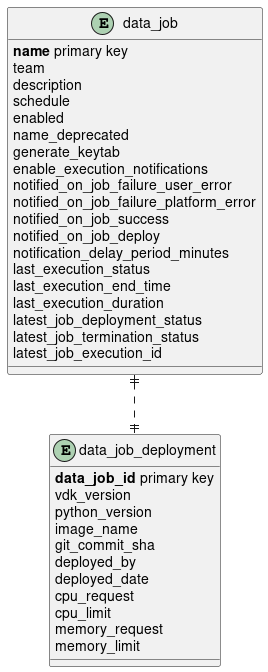
Before: specs/vep-2272-complete-data-job-configuration-persistence/database_data_model.png, a diagram exported from PlantUML (vmware/versatile-data-kit). Source of this version:
```plantuml
@startuml
entity data_job {
   **name** primary key
   team
   description
   schedule
   enabled
   name_deprecated
   generate_keytab
   enable_execution_notifications
   notified_on_job_failure_user_error
   notified_on_job_failure_platform_error
   notified_on_job_success
   notified_on_job_deploy
   notification_delay_period_minutes
   last_execution_status
   last_execution_end_time
   last_execution_duration
   latest_job_deployment_status
   latest_job_termination_status
   latest_job_execution_id
}

entity data_job_deployment {
   **data_job_id** primary key
   vdk_version
   python_version
   image_name
   git_commit_sha
   deployed_by
   deployed_date
   cpu_request
   cpu_limit
   memory_request
   memory_limit
}

data_job ||..|| data_job_deployment
@enduml
```
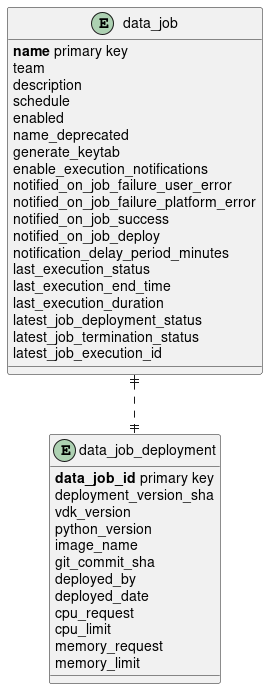
After the change.

Commit message:
specs: VEP-2272 Complete Data Job Configuration Persistance Part 2

This change introduces VEP-2272, which aims at proposing an improvement
to Versatile Data Kit by switching the source of truth
from Kubernetes to a database.

Diff of the diagram source:
```diff
@@ -23,6 +23,7 @@
 
 entity data_job_deployment {
    **data_job_id** primary key
+   deployment_version_sha
    vdk_version
    python_version
    image_name
```
